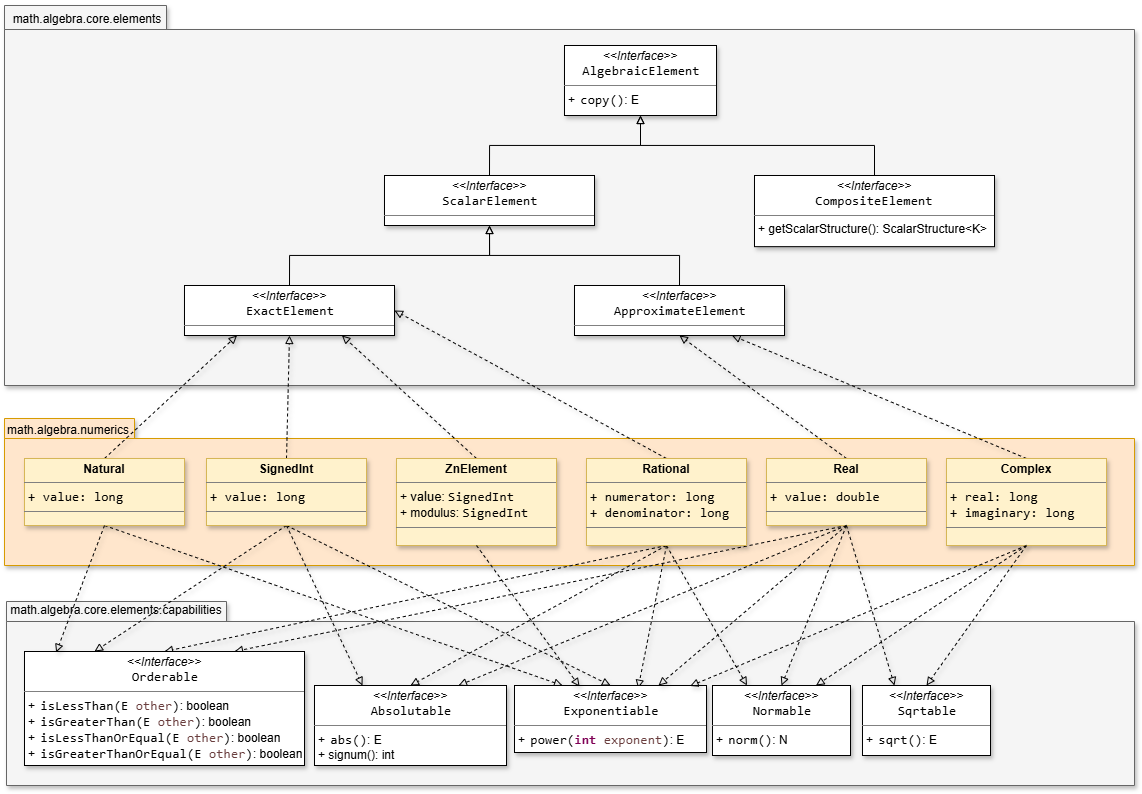
gom9000/SMFN keeps this draw.io diagram as resources/SMFN-algebra-elements.drawio.png. Above is the earlier version. Source tidied: cells renumbered, new cells last; positions are measured from the earlier drawing's top-left corner, leaving out a move shared by most shapes.
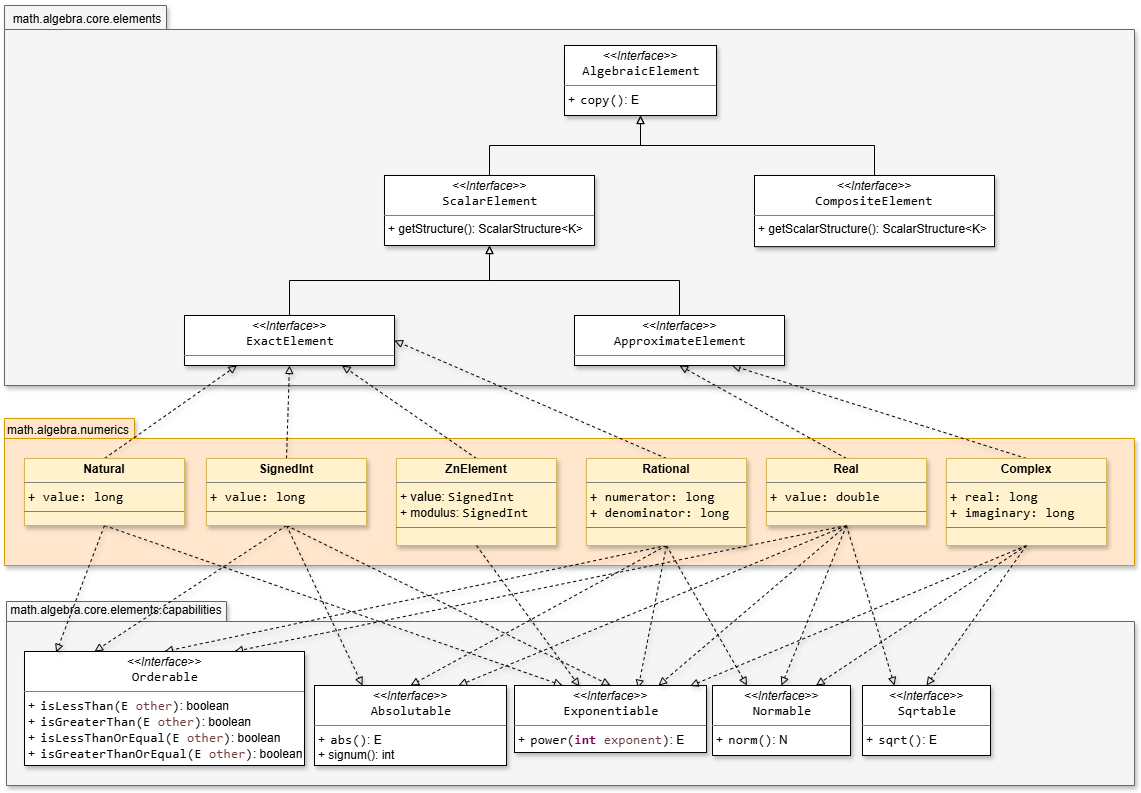
Above is the later version.

Change to the diagram source:
```diff
@@ -128,8 +128,8 @@
     <mxCell id="43" style="edgeStyle=orthogonalEdgeStyle;rounded=0;jettySize=auto;html=1;exitX=0.5;exitY=0;exitDx=0;exitDy=0;entryX=0.5;entryY=1;entryDx=0;entryDy=0;endArrow=block;endFill=0;" parent="1" edge="1" source="44" target="5">
       <mxGeometry relative="1" as="geometry" />
     </mxCell>
-    <mxCell id="44" value="&lt;p style=&quot;margin:0px;margin-top:4px;text-align:center;&quot;&gt;&lt;i&gt;&amp;lt;&amp;lt;Interface&amp;gt;&amp;gt;&lt;/i&gt;&lt;br&gt;&lt;span style=&quot;padding: 0px 0px 0px 2px;&quot;&gt;&lt;span style=&quot;font-family: Consolas; font-size: 10pt; white-space: pre;&quot;&gt;&lt;span style=&quot;&quot;&gt;ScalarElement&lt;/span&gt;&lt;/span&gt;&lt;/span&gt;&lt;/p&gt;&lt;hr size=&quot;1&quot; style=&quot;border-style:solid;&quot;&gt;&lt;p style=&quot;margin:0px;margin-left:4px;&quot;&gt;&lt;/p&gt;&lt;p style=&quot;margin:0px;margin-left:4px;&quot;&gt;&lt;br&gt;&lt;/p&gt;" style="verticalAlign=top;align=left;overflow=fill;html=1;whiteSpace=wrap;labelBackgroundColor=none;shadow=1;" parent="1" vertex="1">
-      <mxGeometry x="380" y="171" width="210" height="50" as="geometry" />
+    <mxCell id="44" value="&lt;p style=&quot;margin:0px;margin-top:4px;text-align:center;&quot;&gt;&lt;i&gt;&amp;lt;&amp;lt;Interface&amp;gt;&amp;gt;&lt;/i&gt;&lt;br&gt;&lt;span style=&quot;padding: 0px 0px 0px 2px;&quot;&gt;&lt;span style=&quot;font-family: Consolas; font-size: 10pt; white-space: pre;&quot;&gt;&lt;span style=&quot;&quot;&gt;ScalarElement&lt;/span&gt;&lt;/span&gt;&lt;/span&gt;&lt;/p&gt;&lt;hr size=&quot;1&quot; style=&quot;border-style:solid;&quot;&gt;&lt;p style=&quot;margin:0px;margin-left:4px;&quot;&gt;&lt;/p&gt;&lt;p style=&quot;margin:0px;margin-left:4px;&quot;&gt;+ getStructure(): ScalarStructure&amp;lt;K&amp;gt;&lt;/p&gt;" style="verticalAlign=top;align=left;overflow=fill;html=1;whiteSpace=wrap;labelBackgroundColor=none;shadow=1;" parent="1" vertex="1">
+      <mxGeometry x="380" y="171" width="210" height="70" as="geometry" />
     </mxCell>
     <mxCell id="45" style="edgeStyle=orthogonalEdgeStyle;rounded=0;jettySize=auto;html=1;exitX=0.5;exitY=0;exitDx=0;exitDy=0;entryX=0.5;entryY=1;entryDx=0;entryDy=0;strokeColor=default;align=center;verticalAlign=middle;fontFamily=Helvetica;fontSize=11;fontColor=default;labelBackgroundColor=default;endArrow=block;endFill=0;" parent="1" edge="1" source="46" target="5">
       <mxGeometry relative="1" as="geometry" />
@@ -141,13 +141,13 @@
       <mxGeometry relative="1" as="geometry" />
     </mxCell>
     <mxCell id="48" value="&lt;p style=&quot;margin:0px;margin-top:4px;text-align:center;&quot;&gt;&lt;i&gt;&amp;lt;&amp;lt;Interface&amp;gt;&amp;gt;&lt;/i&gt;&lt;br&gt;&lt;span style=&quot;padding: 0px 0px 0px 2px;&quot;&gt;&lt;span style=&quot;font-family: Consolas; font-size: 10pt; white-space: pre;&quot;&gt;&lt;span style=&quot;&quot;&gt;ExactElement&lt;/span&gt;&lt;/span&gt;&lt;/span&gt;&lt;/p&gt;&lt;hr size=&quot;1&quot; style=&quot;border-style:solid;&quot;&gt;&lt;p style=&quot;margin:0px;margin-left:4px;&quot;&gt;&lt;/p&gt;&lt;p style=&quot;margin:0px;margin-left:4px;&quot;&gt;&lt;br&gt;&lt;/p&gt;" style="verticalAlign=top;align=left;overflow=fill;html=1;whiteSpace=wrap;labelBackgroundColor=none;shadow=1;" parent="1" vertex="1">
-      <mxGeometry x="180" y="281" width="210" height="50" as="geometry" />
+      <mxGeometry x="180" y="311" width="210" height="50" as="geometry" />
     </mxCell>
     <mxCell id="49" style="edgeStyle=orthogonalEdgeStyle;rounded=0;jettySize=auto;html=1;exitX=0.5;exitY=0;exitDx=0;exitDy=0;entryX=0.5;entryY=1;entryDx=0;entryDy=0;strokeColor=default;align=center;verticalAlign=middle;fontFamily=Helvetica;fontSize=11;fontColor=default;labelBackgroundColor=default;endArrow=block;endFill=0;" parent="1" edge="1" source="50" target="44">
       <mxGeometry relative="1" as="geometry" />
     </mxCell>
     <mxCell id="50" value="&lt;p style=&quot;margin:0px;margin-top:4px;text-align:center;&quot;&gt;&lt;i&gt;&amp;lt;&amp;lt;Interface&amp;gt;&amp;gt;&lt;/i&gt;&lt;br&gt;&lt;span style=&quot;padding: 0px 0px 0px 2px;&quot;&gt;&lt;span style=&quot;font-family: Consolas; font-size: 10pt; white-space: pre;&quot;&gt;&lt;span style=&quot;&quot;&gt;ApproximateElement&lt;/span&gt;&lt;/span&gt;&lt;/span&gt;&lt;/p&gt;&lt;hr size=&quot;1&quot; style=&quot;border-style:solid;&quot;&gt;&lt;p style=&quot;margin:0px;margin-left:4px;&quot;&gt;&lt;/p&gt;&lt;p style=&quot;margin:0px;margin-left:4px;&quot;&gt;&lt;br&gt;&lt;/p&gt;" style="verticalAlign=top;align=left;overflow=fill;html=1;whiteSpace=wrap;labelBackgroundColor=none;shadow=1;" parent="1" vertex="1">
-      <mxGeometry x="570" y="281" width="210" height="50" as="geometry" />
+      <mxGeometry x="570" y="311" width="210" height="50" as="geometry" />
     </mxCell>
     <mxCell id="51" style="rounded=0;jettySize=auto;html=1;exitX=0.5;exitY=1;exitDx=0;exitDy=0;entryX=0.339;entryY=0.015;entryDx=0;entryDy=0;entryPerimeter=0;shadow=1;dashed=1;strokeColor=default;align=center;verticalAlign=middle;fontFamily=Helvetica;fontSize=11;fontColor=default;labelBackgroundColor=none;endArrow=block;endFill=0;" parent="1" edge="1" source="41" target="30">
       <mxGeometry relative="1" as="geometry" />
```
